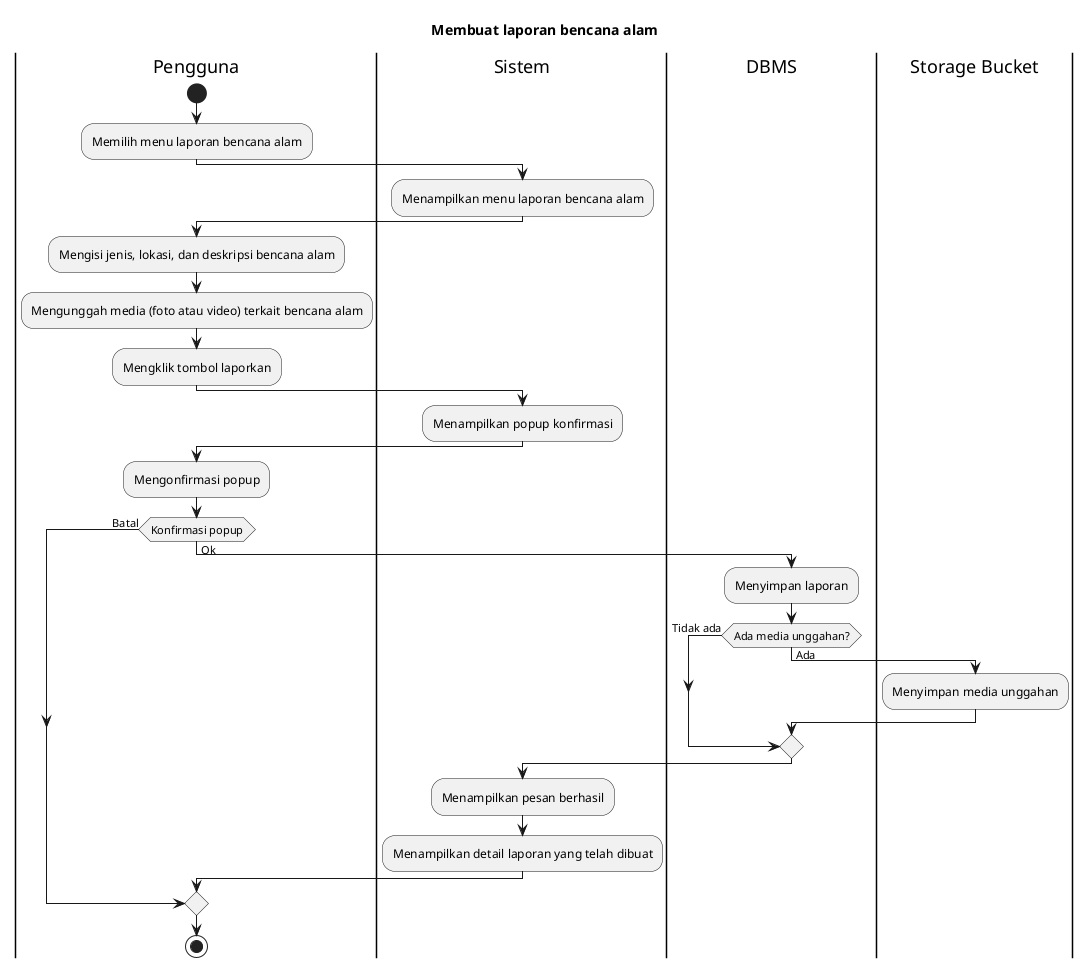
Earlier version of the PlantUML export export/Activity Diagrams/UC-MAP - Peta Bencana/UC-MAP-017 - Membuat laporan bencana alam.png (bagusNA/appl-diagrams).
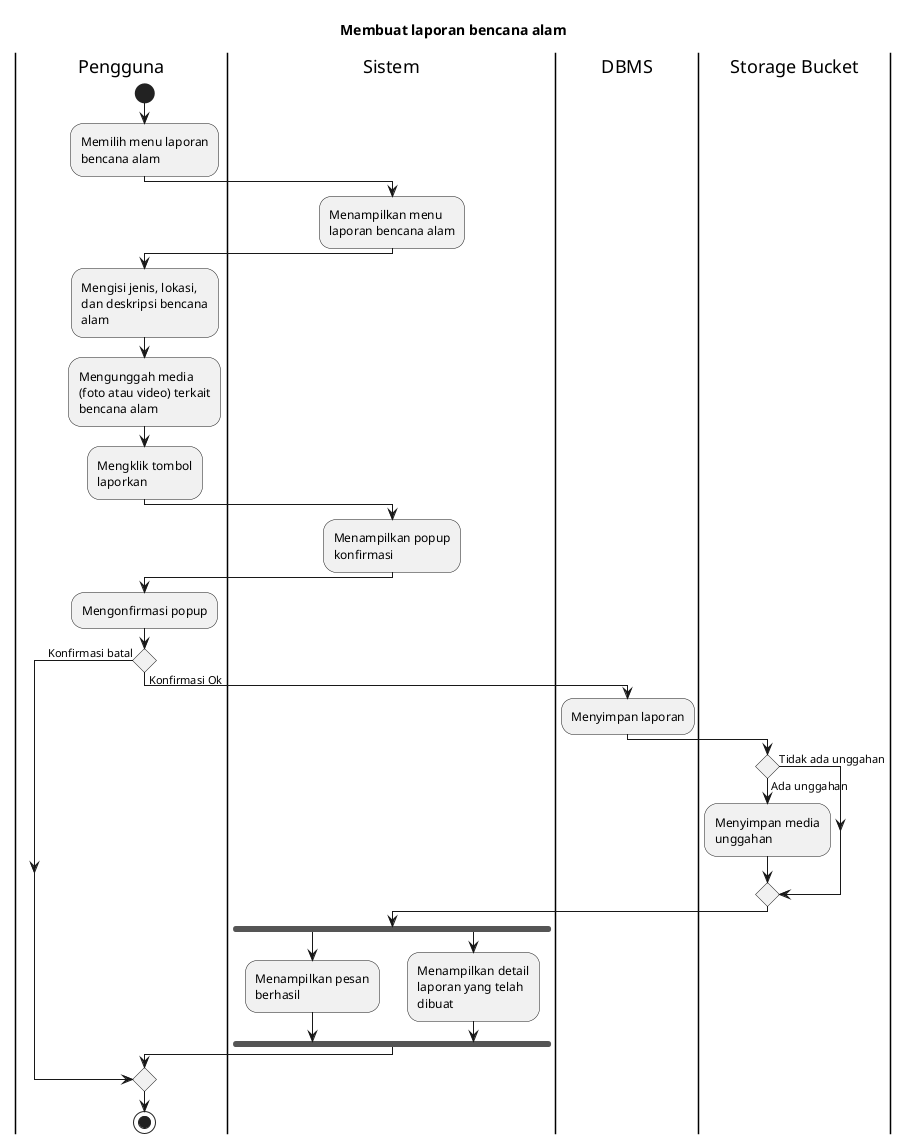
After the change.

What changed in the source:
```diff
@@ -1,4 +1,6 @@
 @startuml
+skinparam wrapWidth 140
+
 title Membuat laporan bencana alam
 
 |Pengguna|
@@ -19,20 +21,23 @@
 |Pengguna|
 :Mengonfirmasi popup;
 
-if (Konfirmasi popup) then (Batal)
-else (Ok)
+if () then (Konfirmasi batal)
+else (Konfirmasi Ok)
   |DBMS|
   :Menyimpan laporan;
 
-  if (Ada media unggahan?) then (Tidak ada)
-  else (Ada)
-    |Storage Bucket|
+  |Storage Bucket|
+  if () then (Tidak ada unggahan)
+  else (Ada unggahan)
     :Menyimpan media unggahan;
   endif
 
   |Sistem|
-  :Menampilkan pesan berhasil;
-  :Menampilkan detail laporan yang telah dibuat;
+  fork
+    :Menampilkan pesan berhasil;
+  fork again
+    :Menampilkan detail laporan yang telah dibuat;
+  endfork
 endif
 
 |Pengguna|
```
